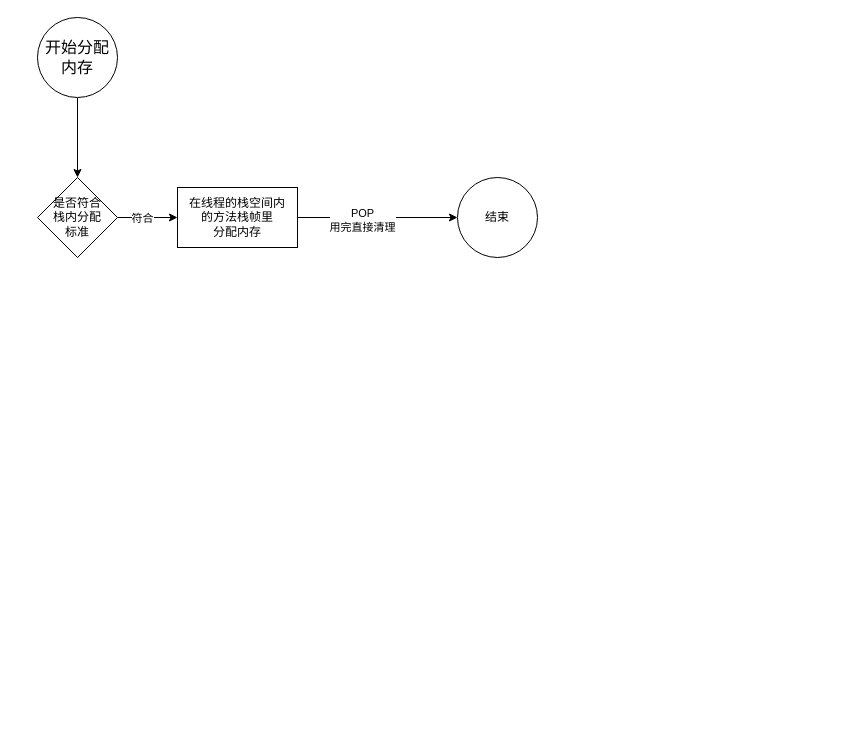
Before: JVM/对象内存分配流程图.drawio in codeyunze/drawio, a draw.io diagram. Source tidied: cells renumbered, new cells numbered last; positions are measured from the earlier drawing's top-left corner, leaving out a move shared by most shapes. Both pictures are drawn from the tidied source at 100%, with x=0, y=0 at pixel (37, 17).
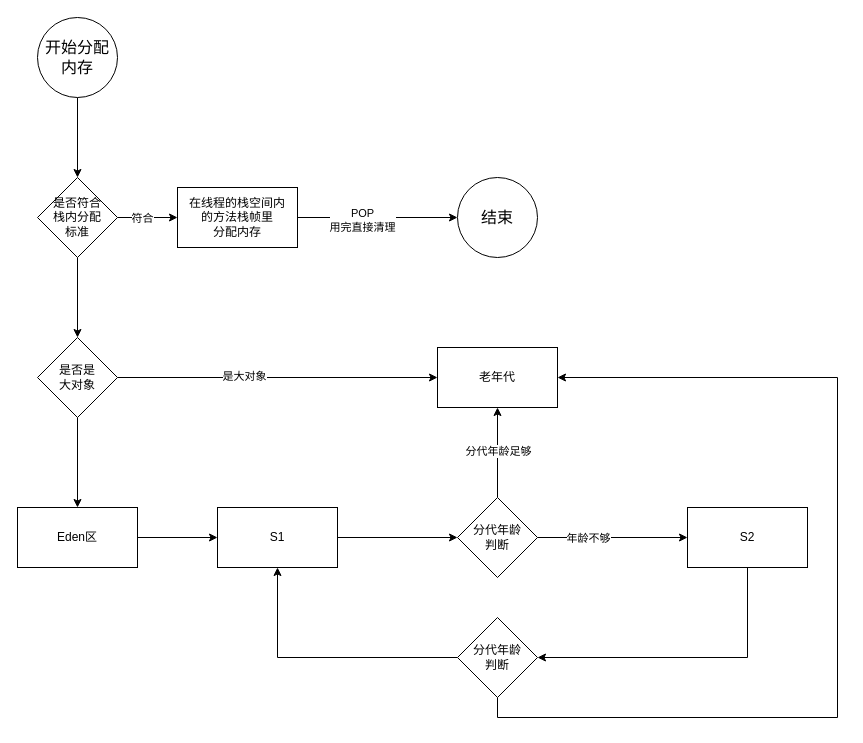
Above is the later version.

Commit message:
更新对象内存分配流程图.drawio

The change refers to these unchanged cells:
```xml
<mxCell id="6" value="是否符合&lt;div&gt;栈内分配&lt;/div&gt;&lt;div&gt;标准&lt;/div&gt;" style="rhombus;whiteSpace=wrap;html=1;" parent="1" vertex="1">
  <mxGeometry y="160" width="80" height="80" as="geometry" />
</mxCell>
```

Change to the diagram source:
```diff
@@
+    <mxCell id="11" style="edgeStyle=orthogonalEdgeStyle;rounded=0;jettySize=auto;html=1;" parent="1" edge="1" source="6" target="15">
+      <mxGeometry relative="1" as="geometry" />
+    </mxCell>
@@
-    <mxCell id="10" value="结束" style="ellipse;whiteSpace=wrap;html=1;" parent="1" vertex="1">
+    <mxCell id="10" value="&lt;font style=&quot;font-size: 16px;&quot;&gt;结束&lt;/font&gt;" style="ellipse;whiteSpace=wrap;html=1;" parent="1" vertex="1">
       <mxGeometry x="420" y="160" width="80" height="80" as="geometry" />
     </mxCell>
+    <mxCell id="12" style="edgeStyle=orthogonalEdgeStyle;rounded=0;jettySize=auto;html=1;" parent="1" edge="1" source="15" target="16">
+      <mxGeometry relative="1" as="geometry" />
+    </mxCell>
+    <mxCell id="13" value="是大对象" style="edgeLabel;html=1;align=center;verticalAlign=middle;" parent="12" vertex="1">
+      <mxGeometry x="-0.21" y="2" relative="1" as="geometry" />
+    </mxCell>
+    <mxCell id="14" style="edgeStyle=orthogonalEdgeStyle;rounded=0;jettySize=auto;html=1;" parent="1" edge="1" source="15" target="18">
+      <mxGeometry relative="1" as="geometry" />
+    </mxCell>
+    <mxCell id="15" value="是否是&lt;div&gt;大对象&lt;/div&gt;" style="rhombus;whiteSpace=wrap;html=1;" parent="1" vertex="1">
+      <mxGeometry y="320" width="80" height="80" as="geometry" />
+    </mxCell>
+    <mxCell id="16" value="老年代" style="whiteSpace=wrap;html=1;" parent="1" vertex="1">
+      <mxGeometry x="400" y="330" width="120" height="60" as="geometry" />
+    </mxCell>
+    <mxCell id="17" style="edgeStyle=orthogonalEdgeStyle;rounded=0;jettySize=auto;html=1;" parent="1" edge="1" source="18" target="20">
+      <mxGeometry relative="1" as="geometry" />
+    </mxCell>
+    <mxCell id="18" value="Eden区" style="whiteSpace=wrap;html=1;" parent="1" vertex="1">
+      <mxGeometry x="-20" y="490" width="120" height="60" as="geometry" />
+    </mxCell>
+    <mxCell id="19" style="edgeStyle=orthogonalEdgeStyle;rounded=0;jettySize=auto;html=1;" parent="1" edge="1" source="20" target="25">
+      <mxGeometry relative="1" as="geometry" />
+    </mxCell>
+    <mxCell id="20" value="S1" style="whiteSpace=wrap;html=1;" parent="1" vertex="1">
+      <mxGeometry x="180" y="490" width="120" height="60" as="geometry" />
+    </mxCell>
+    <mxCell id="21" style="edgeStyle=orthogonalEdgeStyle;rounded=0;jettySize=auto;html=1;" parent="1" edge="1" source="25" target="27">
+      <mxGeometry relative="1" as="geometry" />
+    </mxCell>
+    <mxCell id="22" value="年龄不够" style="edgeLabel;html=1;align=center;verticalAlign=middle;" parent="21" vertex="1">
+      <mxGeometry x="-0.33" relative="1" as="geometry" />
+    </mxCell>
+    <mxCell id="23" style="edgeStyle=orthogonalEdgeStyle;rounded=0;jettySize=auto;html=1;exitX=0.5;exitY=0;exitDx=0;exitDy=0;" parent="1" edge="1" source="25" target="16">
+      <mxGeometry relative="1" as="geometry" />
+    </mxCell>
+    <mxCell id="24" value="分代年龄足够" style="edgeLabel;html=1;align=center;verticalAlign=middle;" parent="23" vertex="1">
+      <mxGeometry x="0.04" relative="1" as="geometry" />
+    </mxCell>
+    <mxCell id="25" value="分代年龄&lt;div&gt;判断&lt;/div&gt;" style="rhombus;whiteSpace=wrap;html=1;" parent="1" vertex="1">
+      <mxGeometry x="420" y="480" width="80" height="80" as="geometry" />
+    </mxCell>
+    <mxCell id="26" style="edgeStyle=orthogonalEdgeStyle;rounded=0;jettySize=auto;html=1;exitX=0.5;exitY=1;exitDx=0;exitDy=0;entryX=1;entryY=0.5;entryDx=0;entryDy=0;" parent="1" edge="1" source="27" target="30">
+      <mxGeometry relative="1" as="geometry" />
+    </mxCell>
+    <mxCell id="27" value="S2" style="whiteSpace=wrap;html=1;" parent="1" vertex="1">
+      <mxGeometry x="650" y="490" width="120" height="60" as="geometry" />
+    </mxCell>
+    <mxCell id="28" style="edgeStyle=orthogonalEdgeStyle;rounded=0;jettySize=auto;html=1;exitX=0;exitY=0.5;exitDx=0;exitDy=0;entryX=0.5;entryY=1;entryDx=0;entryDy=0;" parent="1" edge="1" source="30" target="20">
+      <mxGeometry relative="1" as="geometry" />
+    </mxCell>
+    <mxCell id="29" style="edgeStyle=orthogonalEdgeStyle;rounded=0;jettySize=auto;html=1;exitX=0.5;exitY=1;exitDx=0;exitDy=0;entryX=1;entryY=0.5;entryDx=0;entryDy=0;" parent="1" edge="1" source="30" target="16">
+      <mxGeometry relative="1" as="geometry">
+        <Array as="points">
+          <mxPoint x="460" y="700" />
+          <mxPoint x="800" y="700" />
+          <mxPoint x="800" y="360" />
+        </Array>
+      </mxGeometry>
+    </mxCell>
+    <mxCell id="30" value="分代年龄&lt;div&gt;判断&lt;/div&gt;" style="rhombus;whiteSpace=wrap;html=1;" parent="1" vertex="1">
+      <mxGeometry x="420" y="600" width="80" height="80" as="geometry" />
+    </mxCell>
```
